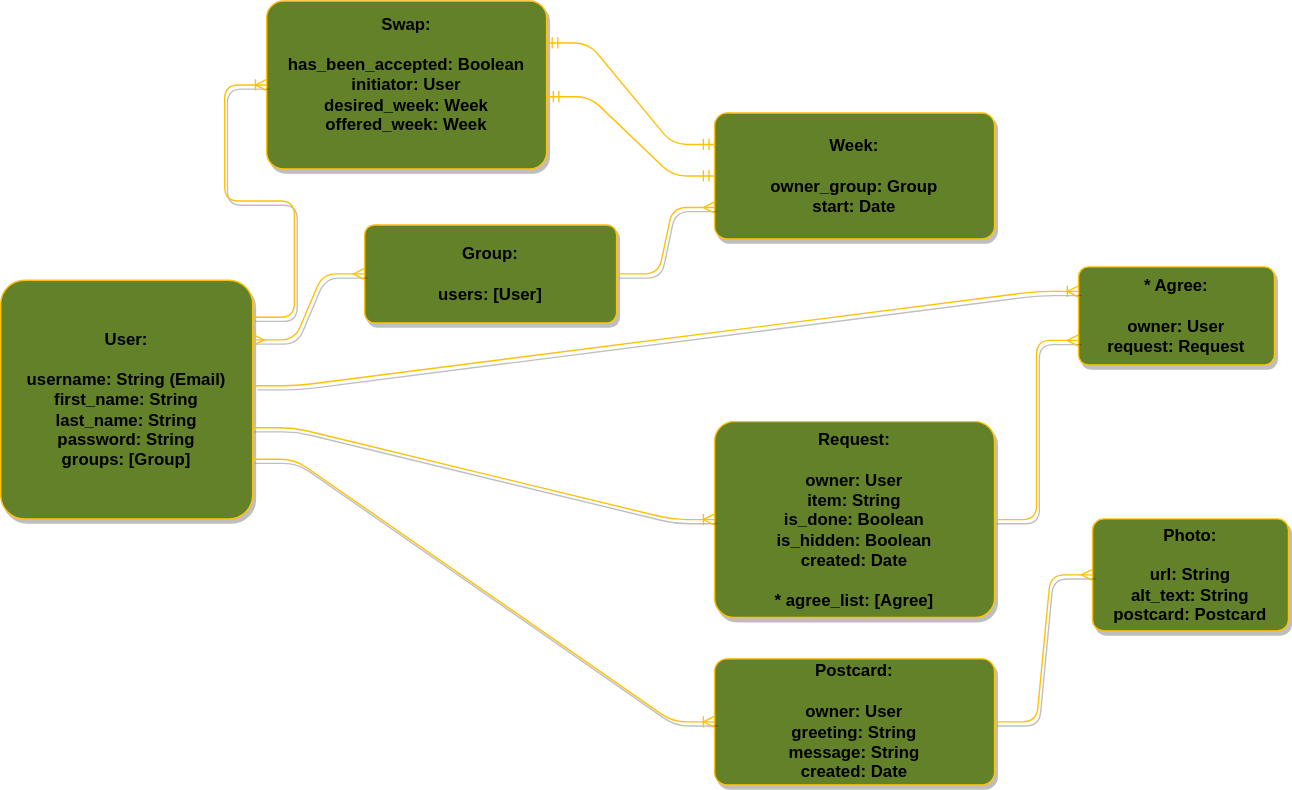
This is erd.drawio.svg from benhammondmusic/littlecabin, a draw.io export, as it was before one commit. Source tidied: cells renumbered, new cells last; positions are measured from the earlier drawing's top-left corner, leaving out a move shared by most shapes.
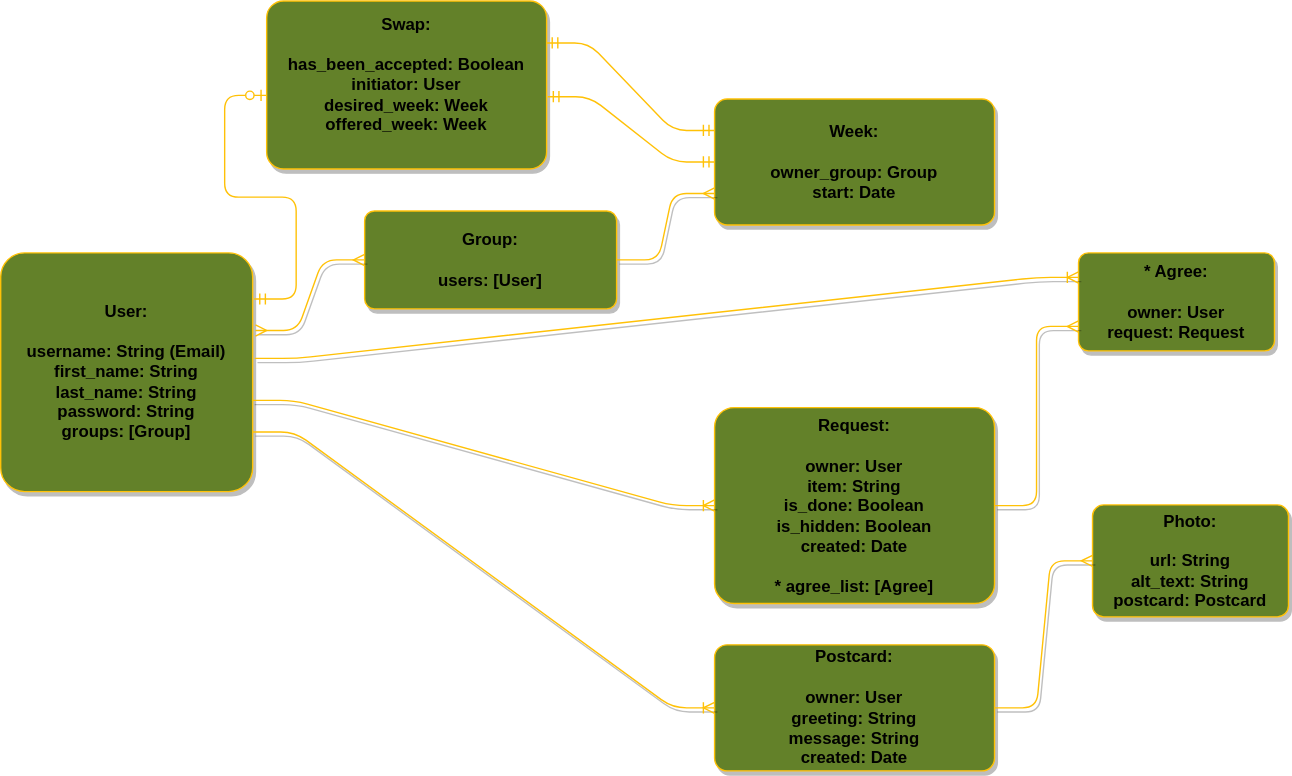
Later version of the same file.

Diff of the diagram source:
```diff
@@ -3,7 +3,7 @@
     <mxCell id="0" />
     <mxCell id="1" parent="0" />
     <mxCell id="2" value="&lt;b&gt;User:&lt;br&gt;&lt;br&gt;username: String (Email)&lt;br&gt;first_name: String&lt;br&gt;last_name: String&lt;br&gt;password: String&lt;br&gt;groups: [Group]&lt;br&gt;&lt;/b&gt;" style="rounded=1;arcSize=10;whiteSpace=wrap;html=1;align=center;fillColor=#638129;strokeColor=#ffc107;shadow=1;" parent="1" vertex="1">
-      <mxGeometry y="199.5" width="180" height="170.5" as="geometry" />
+      <mxGeometry y="190" width="180" height="170.5" as="geometry" />
     </mxCell>
     <mxCell id="3" value="&lt;b&gt;Week:&lt;br&gt;&lt;br&gt;owner_group: Group&amp;nbsp;&lt;br&gt;start: Date&lt;br&gt;&lt;/b&gt;" style="rounded=1;arcSize=10;whiteSpace=wrap;html=1;align=center;fillColor=#638129;strokeColor=#ffc107;shadow=1;" parent="1" vertex="1">
       <mxGeometry x="510" y="80" width="200" height="90" as="geometry" />
@@ -38,23 +38,23 @@
     <mxCell id="13" value="&lt;b&gt;Group:&lt;br&gt;&lt;br&gt;users: [User]&lt;br&gt;&lt;/b&gt;" style="rounded=1;arcSize=10;whiteSpace=wrap;html=1;align=center;fillColor=#638129;strokeColor=#ffc107;shadow=1;" parent="1" vertex="1">
       <mxGeometry x="260" y="160" width="180" height="70" as="geometry" />
     </mxCell>
-    <mxCell id="14" style="edgeStyle=entityRelationEdgeStyle;fontSize=12;html=1;endArrow=ERmany;startArrow=ERmany;fillColor=#638129;strokeColor=#ffc107;shadow=1;exitX=1;exitY=0.25;exitDx=0;exitDy=0;" parent="1" edge="1" source="2" target="13">
+    <mxCell id="14" style="edgeStyle=entityRelationEdgeStyle;fontSize=12;html=1;endArrow=ERmany;startArrow=ERmany;fillColor=#638129;strokeColor=#ffc107;shadow=1;exitX=1.011;exitY=0.325;exitDx=0;exitDy=0;exitPerimeter=0;" parent="1" edge="1" source="2" target="13">
       <mxGeometry relative="1" as="geometry" />
     </mxCell>
     <mxCell id="15" style="edgeStyle=entityRelationEdgeStyle;fontSize=12;html=1;endArrow=ERmany;entryX=0;entryY=0.75;entryDx=0;entryDy=0;exitX=1;exitY=0.5;exitDx=0;exitDy=0;fillColor=#638129;strokeColor=#ffc107;shadow=1;" parent="1" edge="1" source="13" target="3">
       <mxGeometry relative="1" as="geometry" />
     </mxCell>
     <mxCell id="16" value="&lt;b&gt;Swap:&lt;br&gt;&lt;br&gt;has_been_accepted: Boolean&lt;br&gt;initiator: User&lt;br&gt;desired_week: Week&lt;br&gt;offered_week: Week&lt;br&gt;&lt;br&gt;&lt;/b&gt;" style="rounded=1;arcSize=10;whiteSpace=wrap;html=1;align=center;fillColor=#638129;strokeColor=#ffc107;shadow=1;" parent="1" vertex="1">
-      <mxGeometry x="190" width="200" height="120" as="geometry" />
+      <mxGeometry x="190" y="10" width="200" height="120" as="geometry" />
     </mxCell>
-    <mxCell id="17" style="edgeStyle=entityRelationEdgeStyle;fontSize=12;html=1;endArrow=ERoneToMany;entryX=0;entryY=0.5;entryDx=0;entryDy=0;fillColor=#638129;strokeColor=#ffc107;shadow=1;exitX=0.999;exitY=0.155;exitDx=0;exitDy=0;exitPerimeter=0;" parent="1" edge="1" source="2" target="16">
-      <mxGeometry relative="1" as="geometry" />
-    </mxCell>
     <mxCell id="18" style="edgeStyle=entityRelationEdgeStyle;fontSize=12;html=1;endArrow=ERmandOne;startArrow=ERmandOne;exitX=1;exitY=0.25;exitDx=0;exitDy=0;entryX=0;entryY=0.25;entryDx=0;entryDy=0;strokeColor=#FFC107;" parent="1" edge="1" source="16" target="3">
       <mxGeometry relative="1" as="geometry" />
     </mxCell>
     <mxCell id="19" style="edgeStyle=entityRelationEdgeStyle;fontSize=12;html=1;endArrow=ERmandOne;startArrow=ERmandOne;exitX=1.004;exitY=0.57;exitDx=0;exitDy=0;entryX=0;entryY=0.5;entryDx=0;entryDy=0;exitPerimeter=0;strokeColor=#FFC107;" parent="1" edge="1" source="16" target="3">
       <mxGeometry relative="1" as="geometry" />
     </mxCell>
+    <mxCell id="17" style="edgeStyle=entityRelationEdgeStyle;fontSize=12;html=1;endArrow=ERzeroToOne;startArrow=ERmandOne;entryX=0;entryY=0.562;entryDx=0;entryDy=0;entryPerimeter=0;exitX=1.006;exitY=0.193;exitDx=0;exitDy=0;exitPerimeter=0;strokeColor=#FFC107;" parent="1" edge="1" source="2" target="16">
+      <mxGeometry relative="1" as="geometry" />
+    </mxCell>
   </root>
 </mxGraphModel>
```
